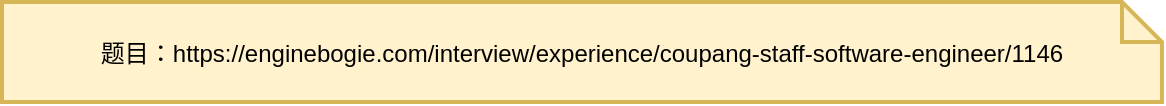
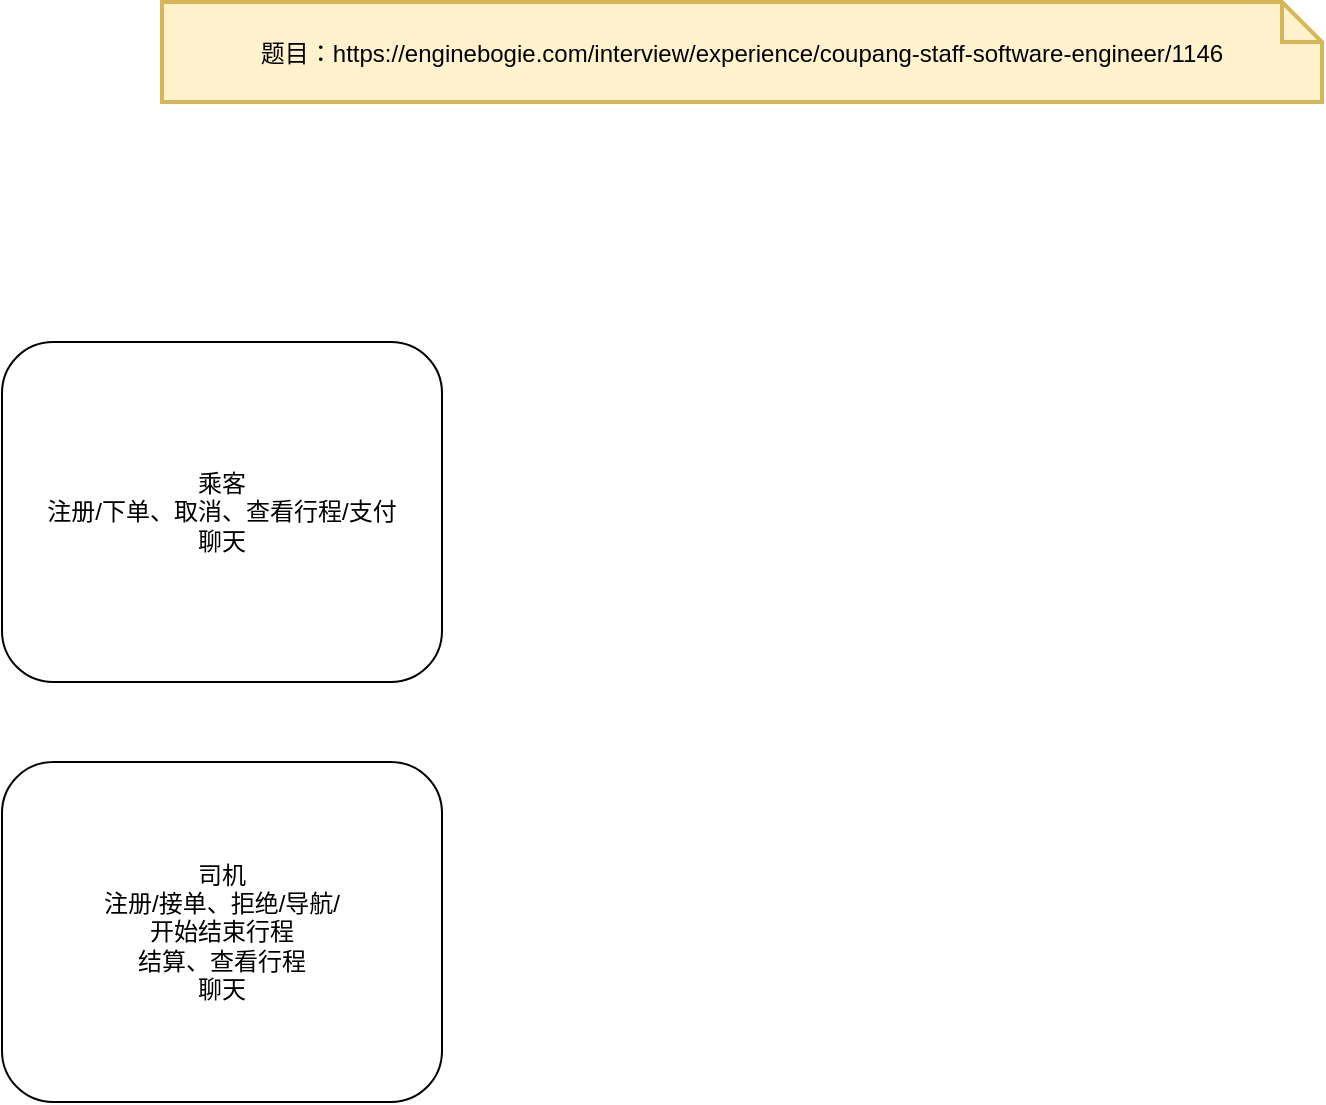
<mxfile host="app.diagrams.net" agent="Mozilla/5.0 (Windows NT 10.0; Win64; x64) AppleWebKit/537.36 (KHTML, like Gecko) draw.io/10.8.0 Chrome/73.0.3683.121 Electron/5.0.4 Safari/537.36">
  <diagram id="dw9DIYGoIQujjZgAUzOq" name="打车应用">
    <mxGraphModel dx="1347" dy="724" grid="1" gridSize="10" guides="1" tooltips="1" connect="1" arrows="1" fold="1" page="1" pageScale="1" pageWidth="1169" pageHeight="827" math="0" shadow="0">
      <root>
        <mxCell id="0" />
        <mxCell id="1" parent="0" />
        <mxCell id="qZWEmjuA36gEhOPuAmIH-36" parent="1" style="shape=note;strokeWidth=2;fontSize=14;size=20;whiteSpace=wrap;html=1;fillColor=#fff2cc;strokeColor=#d6b656;fontColor=#666600;" value="&lt;span style=&quot;color: rgb(0, 0, 0); font-size: 12px;&quot;&gt;题目：https://enginebogie.com/interview/experience/coupang-staff-software-engineer/1146&lt;/span&gt;" vertex="1">
          <mxGeometry height="50" width="580" x="240" y="20" as="geometry" />
        </mxCell>
+         <mxCell id="qZWEmjuA36gEhOPuAmIH-38" parent="1" style="rounded=1;whiteSpace=wrap;html=1;" value="乘客&lt;div&gt;注册/下单、取消、&lt;span style=&quot;background-color: transparent; color: light-dark(rgb(0, 0, 0), rgb(255, 255, 255));&quot;&gt;查看行程/支付&lt;/span&gt;&lt;/div&gt;&lt;div&gt;&lt;span style=&quot;background-color: transparent; color: light-dark(rgb(0, 0, 0), rgb(255, 255, 255));&quot;&gt;聊天&lt;/span&gt;&lt;/div&gt;" vertex="1">
+           <mxGeometry height="170" width="220" x="160" y="190" as="geometry" />
+         </mxCell>
+         <mxCell id="qZWEmjuA36gEhOPuAmIH-39" parent="1" style="rounded=1;whiteSpace=wrap;html=1;" value="司机&lt;div&gt;注册/接单、拒绝/导航/&lt;/div&gt;&lt;div&gt;开始结束行程&lt;/div&gt;&lt;div&gt;结算、查看行程&lt;/div&gt;&lt;div&gt;聊天&lt;/div&gt;" vertex="1">
+           <mxGeometry height="170" width="220" x="160" y="400" as="geometry" />
+         </mxCell>
      </root>
    </mxGraphModel>
  </diagram>
</mxfile>
